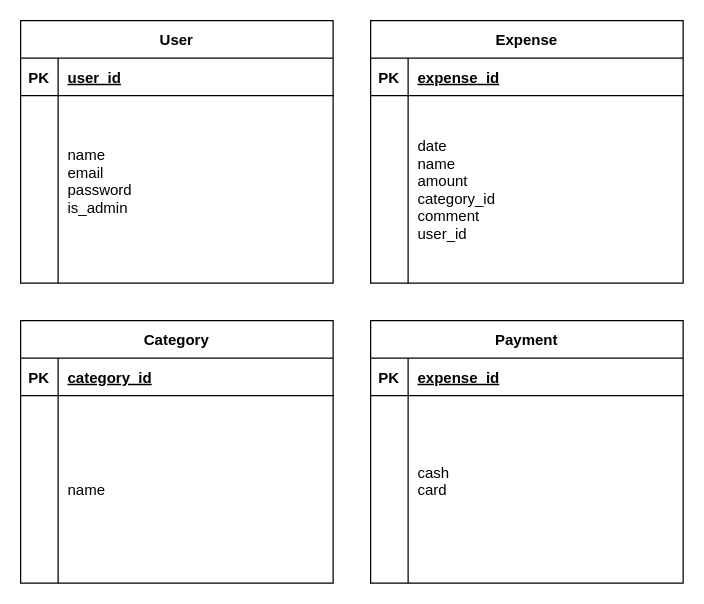
Before: ERM.drawio in yac0928/cash-flow-backend, a draw.io diagram. Source tidied: cells renumbered, new cells numbered last; positions are measured from the earlier drawing's top-left corner, leaving out a move shared by most shapes. Both pictures are drawn from the tidied source at 125%, with x=0, y=0 at pixel (20, 20).
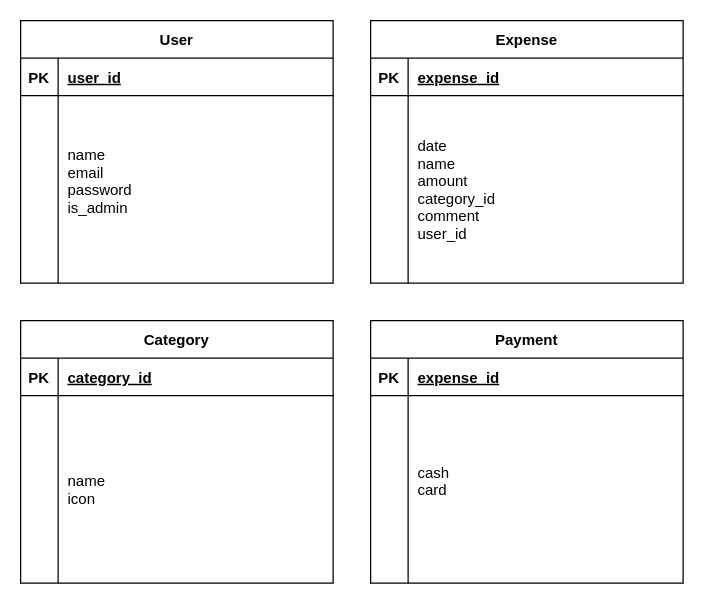
The same page after the edit.

Unchanged cells that the change refers to:
```xml
<mxCell id="20" style="shape=partialRectangle;fillColor=none;top=0;left=0;right=0;bottom=0;" parent="16" vertex="1">
  <mxGeometry y="60" width="250" height="150" as="geometry" />
</mxCell>
```

What changed in the source:
```diff
@@
-    <mxCell id="22" value="name" style="shape=partialRectangle;overflow=hidden;fillColor=none;top=0;left=0;bottom=0;right=0;align=left;spacingLeft=6;" parent="20" vertex="1">
+    <mxCell id="22" value="name&#10;icon" style="shape=partialRectangle;overflow=hidden;fillColor=none;top=0;left=0;bottom=0;right=0;align=left;spacingLeft=6;" parent="20" vertex="1">
       <mxGeometry x="30" width="220" height="150" as="geometry" />
     </mxCell>
```
